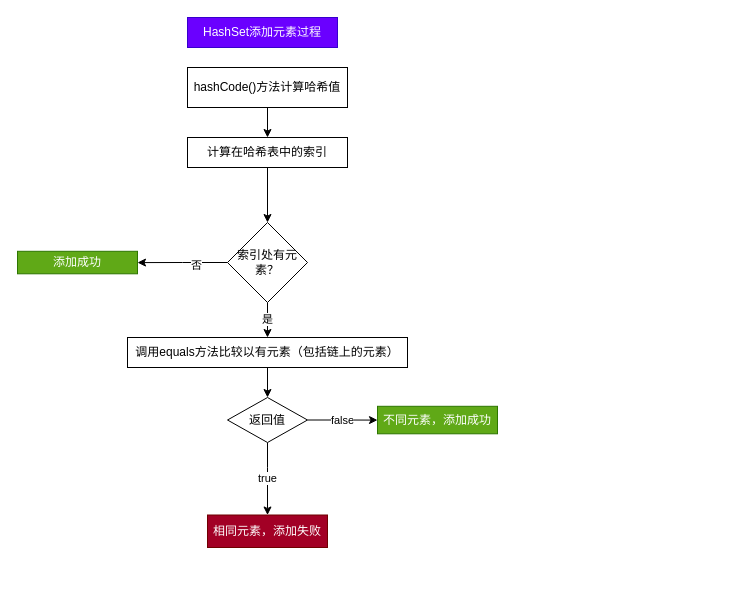
Earlier version of the draw.io diagram Untitled Diagram.drawio (cmkAiCode/drawio_resources). Source tidied: cells renumbered, new cells numbered last; positions are measured from the earlier drawing's top-left corner, leaving out a move shared by most shapes. Both pictures are drawn from the tidied source at 100%, with x=0, y=0 at pixel (17, 17).
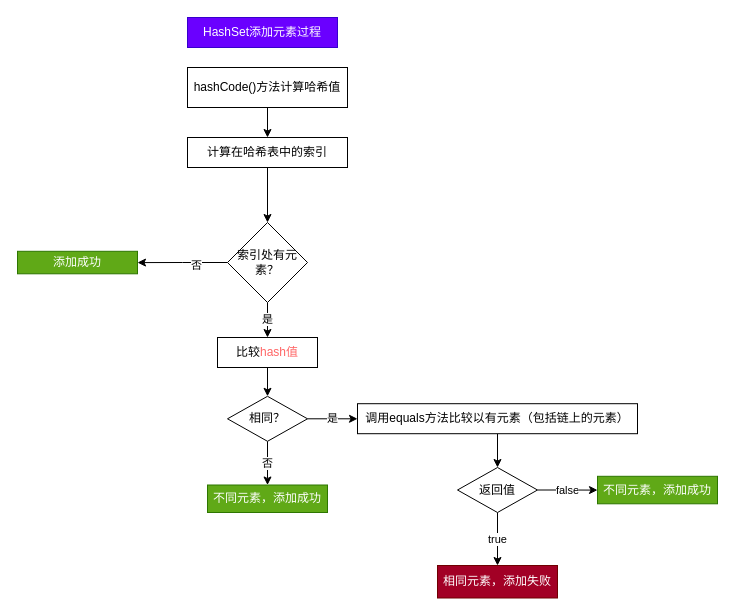
After the change.

The change refers to these unchanged cells:
```xml
<mxCell id="10" value="索引处有元素？" style="rhombus;whiteSpace=wrap;html=1;rounded=0;" parent="1" vertex="1">
  <mxGeometry x="210" y="205" width="80" height="80" as="geometry" />
</mxCell>
```

Diff of the diagram source:
```diff
@@
-    <mxCell id="9" value="是" style="edgeStyle=orthogonalEdgeStyle;rounded=0;jettySize=auto;html=1;" parent="1" edge="1" source="10" target="13">
-      <mxGeometry relative="1" as="geometry" />
-    </mxCell>
+    <mxCell id="19" value="是" style="edgeStyle=orthogonalEdgeStyle;rounded=0;jettySize=auto;html=1;" parent="1" edge="1" source="10" target="21">
+      <mxGeometry relative="1" as="geometry" />
+    </mxCell>
@@
     <mxCell id="13" value="调用equals方法比较以有元素（包括链上的元素）" style="whiteSpace=wrap;html=1;rounded=0;" parent="1" vertex="1">
-      <mxGeometry x="110" y="320" width="280" height="30" as="geometry" />
+      <mxGeometry x="340" y="386.2" width="280" height="30" as="geometry" />
     </mxCell>
     <mxCell id="14" value="true" style="edgeStyle=orthogonalEdgeStyle;rounded=0;jettySize=auto;html=1;" parent="1" edge="1" source="16" target="17">
       <mxGeometry relative="1" as="geometry">
         <Array as="points">
-          <mxPoint x="250" y="450" />
-          <mxPoint x="250" y="450" />
+          <mxPoint x="480" y="520" />
+          <mxPoint x="480" y="520" />
         </Array>
       </mxGeometry>
     </mxCell>
@@
     <mxCell id="16" value="返回值" style="rhombus;whiteSpace=wrap;html=1;rounded=0;" parent="1" vertex="1">
-      <mxGeometry x="210" y="380" width="80" height="45" as="geometry" />
+      <mxGeometry x="440" y="450" width="80" height="45" as="geometry" />
     </mxCell>
     <mxCell id="17" value="相同元素，添加失败" style="whiteSpace=wrap;html=1;rounded=0;fillColor=#a20025;strokeColor=#6F0000;fontColor=#ffffff;" parent="1" vertex="1">
-      <mxGeometry x="190" y="497.5" width="120" height="32.5" as="geometry" />
+      <mxGeometry x="420" y="548" width="120" height="32.5" as="geometry" />
     </mxCell>
     <mxCell id="18" value="不同元素，添加成功" style="whiteSpace=wrap;html=1;rounded=0;fillColor=#60a917;strokeColor=#2D7600;fontColor=#ffffff;" parent="1" vertex="1">
-      <mxGeometry x="360" y="388.8" width="120" height="27.5" as="geometry" />
+      <mxGeometry x="580" y="458.8" width="120" height="27.5" as="geometry" />
     </mxCell>
+    <mxCell id="20" style="edgeStyle=orthogonalEdgeStyle;rounded=0;jettySize=auto;html=1;" parent="1" edge="1" source="21" target="24">
+      <mxGeometry relative="1" as="geometry" />
+    </mxCell>
+    <mxCell id="21" value="比较&lt;font color=&quot;#ff6666&quot;&gt;hash值&lt;/font&gt;" style="whiteSpace=wrap;html=1;rounded=0;" parent="1" vertex="1">
+      <mxGeometry x="200" y="320" width="100" height="30" as="geometry" />
+    </mxCell>
+    <mxCell id="22" value="是" style="edgeStyle=orthogonalEdgeStyle;rounded=0;orthogonalLoop=1;jettySize=auto;html=1;" parent="1" edge="1">
+      <mxGeometry relative="1" as="geometry">
+        <mxPoint x="289.9" y="401.3" as="sourcePoint" />
+        <mxPoint x="340" y="401.3" as="targetPoint" />
+        <Array as="points">
+          <mxPoint x="320" y="401" />
+          <mxPoint x="320" y="401" />
+        </Array>
+      </mxGeometry>
+    </mxCell>
+    <mxCell id="23" value="否" style="edgeStyle=orthogonalEdgeStyle;rounded=0;jettySize=auto;html=1;" parent="1" edge="1" source="24" target="25">
+      <mxGeometry relative="1" as="geometry" />
+    </mxCell>
+    <mxCell id="24" value="相同？" style="rhombus;whiteSpace=wrap;html=1;rounded=0;" parent="1" vertex="1">
+      <mxGeometry x="210" y="378.8" width="80" height="45" as="geometry" />
+    </mxCell>
+    <mxCell id="25" value="不同元素，添加成功" style="whiteSpace=wrap;html=1;rounded=0;fillColor=#60a917;strokeColor=#2D7600;fontColor=#ffffff;" parent="1" vertex="1">
+      <mxGeometry x="190" y="467.5" width="120" height="27.5" as="geometry" />
+    </mxCell>
```
